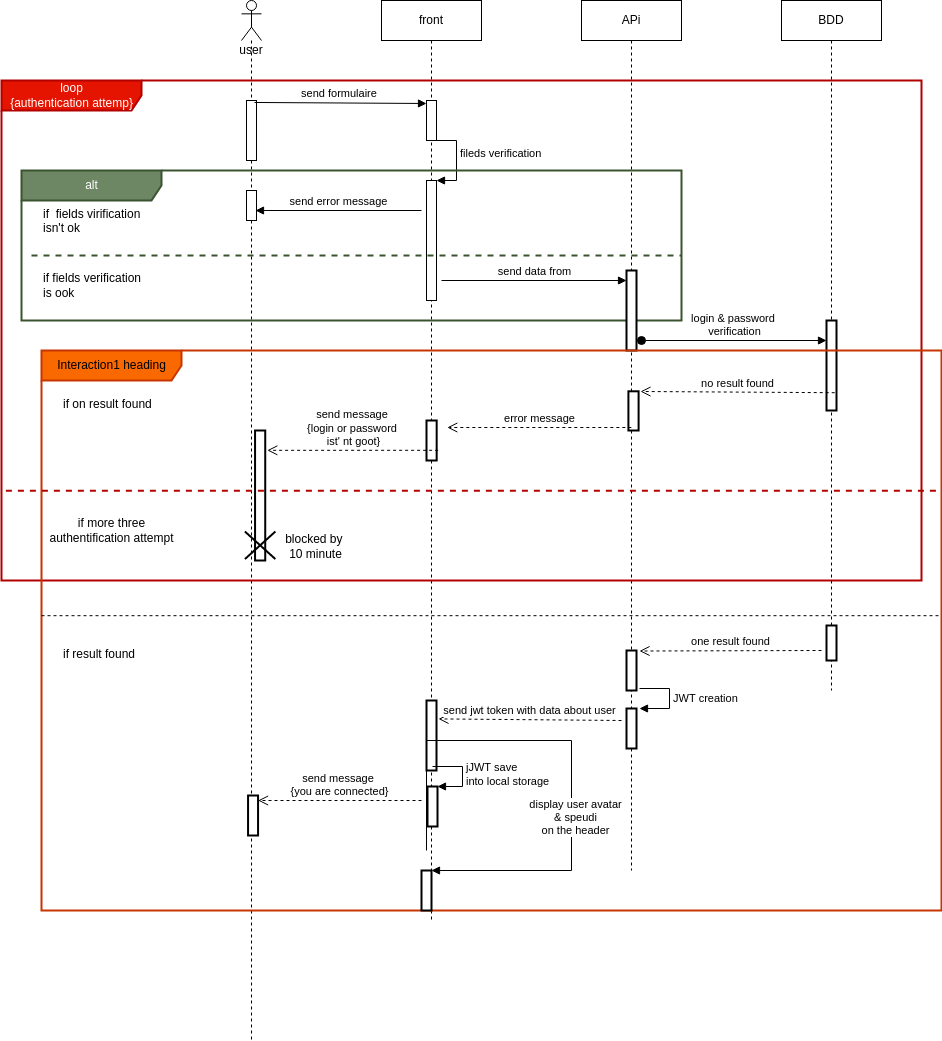
Before: Documentation-diagrams/diagrams-img/connection_sequence.drawio.png, a diagram exported from draw.io (aerobi93/Modelisation-UML). Source tidied: cells renumbered, new cells last; positions are measured from the earlier drawing's top-left corner, leaving out a move shared by most shapes.
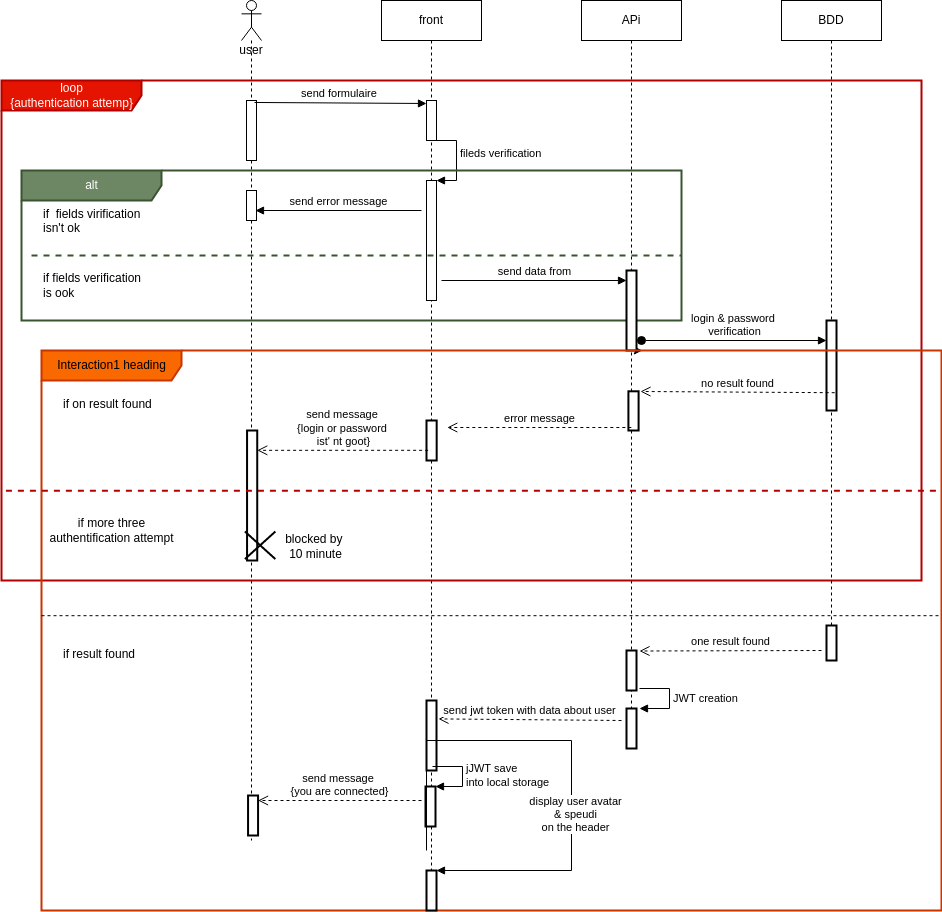
Later version of the same file.

Commit message:
life time rectification

The edit, as a diff of the source:
```diff
@@ -3,19 +3,22 @@
     <mxCell id="0" />
     <mxCell id="1" parent="0" />
     <mxCell id="2" value="user" style="shape=umlLifeline;participant=umlActor;perimeter=lifelinePerimeter;whiteSpace=wrap;html=1;verticalAlign=top;spacingTop=36;" parent="1" vertex="1">
-      <mxGeometry x="240" width="20" height="1040" as="geometry" />
+      <mxGeometry x="240" width="20" height="840" as="geometry" />
     </mxCell>
     <mxCell id="3" value="front" style="shape=umlLifeline;perimeter=lifelinePerimeter;whiteSpace=wrap;html=1;" parent="1" vertex="1">
-      <mxGeometry x="380" width="100" height="920" as="geometry" />
+      <mxGeometry x="380" width="100" height="910" as="geometry" />
     </mxCell>
+    <mxCell id="49" style="edgeStyle=none;html=1;" parent="1" edge="1" source="4" target="21">
+      <mxGeometry relative="1" as="geometry" />
+    </mxCell>
     <mxCell id="4" value="APi" style="shape=umlLifeline;perimeter=lifelinePerimeter;whiteSpace=wrap;html=1;outlineConnect=0;" parent="1" vertex="1">
-      <mxGeometry x="580" width="100" height="870" as="geometry" />
+      <mxGeometry x="580" width="100" height="740" as="geometry" />
     </mxCell>
     <mxCell id="5" value="loop&lt;br&gt;{authentication attemp}" style="shape=umlFrame;tabWidth=110;tabHeight=30;tabPosition=left;html=1;boundedLbl=1;labelInHeader=1;width=140;height=30;fillColor=#e51400;fontColor=#ffffff;strokeColor=#B20000;strokeWidth=2;" parent="1" vertex="1">
       <mxGeometry y="80" width="920" height="500" as="geometry" />
     </mxCell>
     <mxCell id="6" value="BDD" style="shape=umlLifeline;perimeter=lifelinePerimeter;whiteSpace=wrap;html=1;" parent="1" vertex="1">
-      <mxGeometry x="780" width="100" height="690" as="geometry" />
+      <mxGeometry x="780" width="100" height="660" as="geometry" />
     </mxCell>
     <mxCell id="7" style="html=1;perimeter=orthogonalPerimeter;" parent="1" vertex="1">
       <mxGeometry x="245" y="100" width="10" height="60" as="geometry" />
@@ -95,7 +98,7 @@
       <mxGeometry x="385" y="70" width="10.2" height="40" as="geometry" />
     </mxCell>
     <mxCell id="26" style="html=1;perimeter=orthogonalPerimeter;strokeWidth=2;" parent="21" vertex="1">
-      <mxGeometry x="213.6" y="80" width="10.2" height="130" as="geometry" />
+      <mxGeometry x="205.6" y="80" width="10.2" height="130" as="geometry" />
     </mxCell>
     <mxCell id="27" style="shape=umlDestroy;strokeWidth=2;" parent="21" vertex="1">
       <mxGeometry x="203.4" y="181" width="30.5" height="27.6" as="geometry" />
@@ -113,8 +116,8 @@
     </mxCell>
     <mxCell id="30" value="send message&amp;nbsp;&lt;br&gt;{login or password&amp;nbsp;&lt;br&gt;ist' nt goot}" style="html=1;verticalAlign=bottom;endArrow=open;dashed=1;endSize=8;entryX=1.2;entryY=0.667;entryDx=0;entryDy=0;entryPerimeter=0;" parent="21" edge="1">
       <mxGeometry relative="1" as="geometry">
-        <mxPoint x="396.6" y="99.8" as="sourcePoint" />
-        <mxPoint x="225.8" y="99.8" as="targetPoint" />
+        <mxPoint x="386.6" y="99.8" as="sourcePoint" />
+        <mxPoint x="215.8" y="99.8" as="targetPoint" />
       </mxGeometry>
     </mxCell>
     <mxCell id="31" style="line;strokeWidth=2;dashed=1;labelPosition=center;verticalLabelPosition=bottom;align=left;verticalAlign=top;spacingLeft=20;spacingTop=15;fillColor=#e51400;fontColor=#ffffff;strokeColor=#B20000;fontStyle=1;" parent="21" vertex="1">
@@ -152,7 +155,7 @@
       </mxGeometry>
     </mxCell>
     <mxCell id="39" style="html=1;points=[];perimeter=orthogonalPerimeter;strokeWidth=2;" parent="21" vertex="1">
-      <mxGeometry x="386" y="436" width="10" height="40" as="geometry" />
+      <mxGeometry x="384" y="436" width="10" height="40" as="geometry" />
     </mxCell>
     <mxCell id="40" value="jJWT save&amp;nbsp;&lt;br&gt;into local storage" style="edgeStyle=orthogonalEdgeStyle;html=1;align=left;spacingLeft=2;endArrow=block;rounded=0;entryX=1;entryY=0;" parent="21" edge="1" target="39">
       <mxGeometry relative="1" as="geometry">
@@ -174,7 +177,7 @@
       <mxGeometry x="206.6" y="445" width="10" height="40" as="geometry" />
     </mxCell>
     <mxCell id="44" style="html=1;points=[];perimeter=orthogonalPerimeter;strokeWidth=2;" parent="21" vertex="1">
-      <mxGeometry x="380" y="520" width="10" height="40" as="geometry" />
+      <mxGeometry x="385" y="520" width="10" height="40" as="geometry" />
     </mxCell>
     <mxCell id="45" style="edgeStyle=orthogonalEdgeStyle;html=1;align=left;spacingLeft=2;endArrow=block;rounded=0;entryX=1;entryY=0;" parent="21" edge="1" target="44">
       <mxGeometry relative="1" as="geometry">
```
